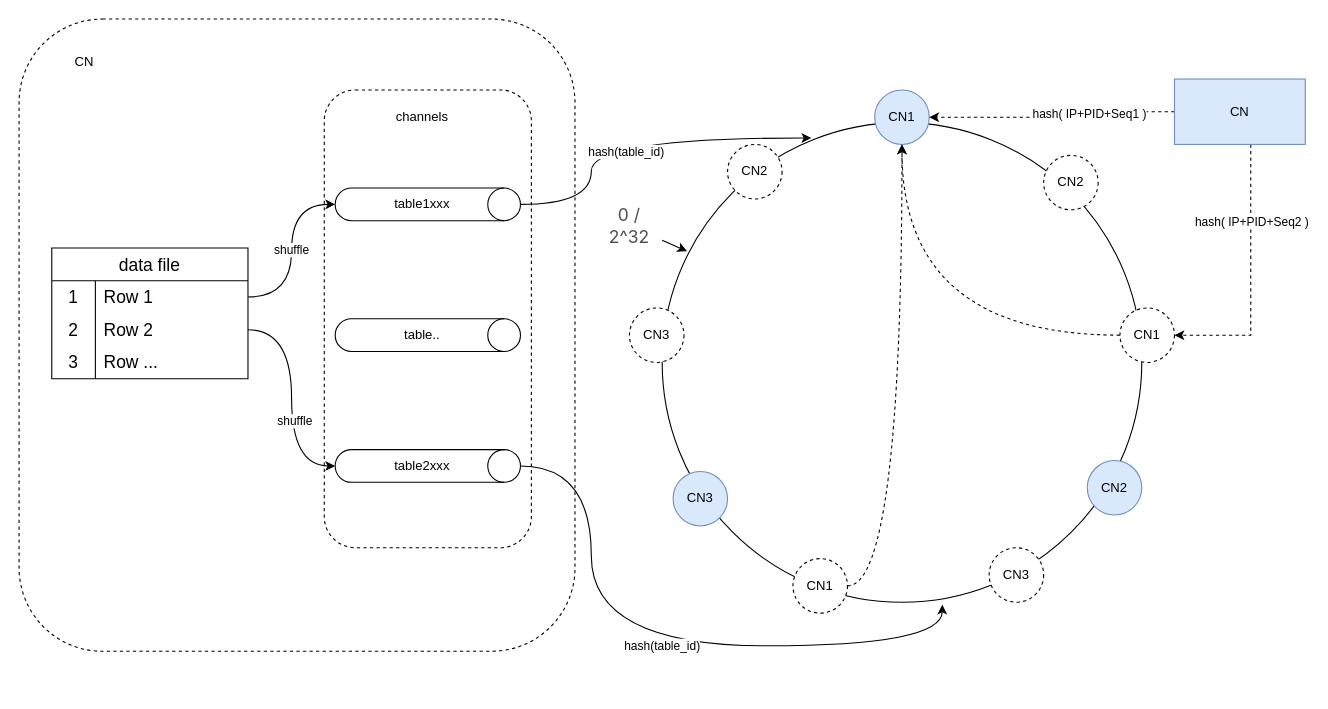
xiongEd/TheFirstModule keeps this draw.io diagram as CN弹性扩缩.drawio. Above is the earlier version. Source tidied: cells renumbered, new cells numbered last; positions are measured from the earlier drawing's top-left corner, leaving out a move shared by most shapes. Both pictures are drawn from the tidied source at 109%, with x=0, y=0 at pixel (19, 19).
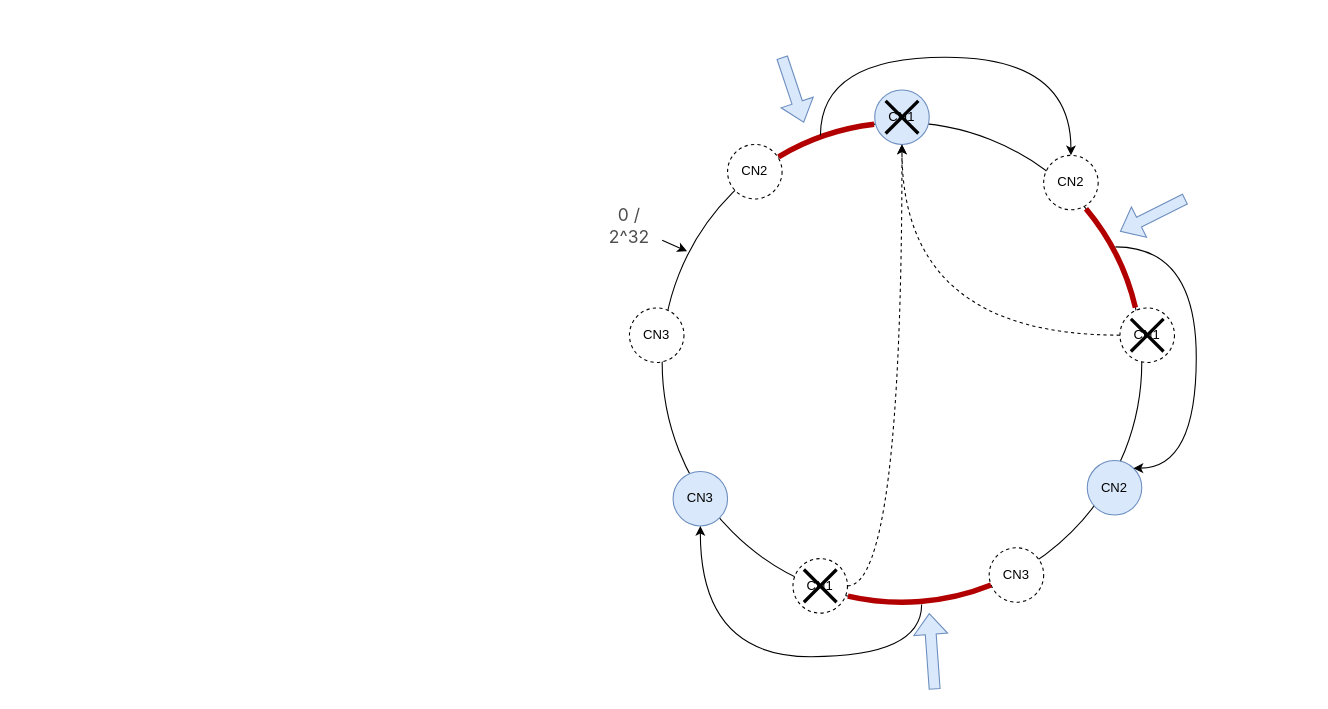
The same page after the edit.

Commit message:
更新CN弹性扩缩.drawio

The change refers to these unchanged cells:
```xml
<mxCell id="4" style="ellipse;whiteSpace=wrap;html=1;" parent="1" vertex="1">
  <mxGeometry x="590" y="95" width="440" height="440" as="geometry" />
</mxCell>
<mxCell id="5" value="CN1" style="ellipse;whiteSpace=wrap;html=1;fillColor=#dae8fc;strokeColor=#6c8ebf;" parent="1" vertex="1">
  <mxGeometry x="785" y="65" width="50" height="50" as="geometry" />
</mxCell>
<mxCell id="6" value="CN2" style="ellipse;whiteSpace=wrap;html=1;fillColor=#dae8fc;strokeColor=#6c8ebf;" parent="1" vertex="1">
  <mxGeometry x="980" y="405" width="50" height="50" as="geometry" />
</mxCell>
<mxCell id="7" value="CN3" style="ellipse;whiteSpace=wrap;html=1;fillColor=#dae8fc;strokeColor=#6c8ebf;" parent="1" vertex="1">
  <mxGeometry x="600" y="415" width="50" height="50" as="geometry" />
</mxCell>
<mxCell id="10" value="CN1" style="ellipse;whiteSpace=wrap;html=1;dashed=1;" parent="1" vertex="1">
  <mxGeometry x="1010" y="265" width="50" height="50" as="geometry" />
</mxCell>
<mxCell id="11" value="CN2" style="ellipse;whiteSpace=wrap;html=1;dashed=1;" parent="1" vertex="1">
  <mxGeometry x="940" y="125" width="50" height="50" as="geometry" />
</mxCell>
```

Change to the diagram source:
```diff
@@
-    <mxCell id="2" style="rounded=1;whiteSpace=wrap;html=1;dashed=1;" parent="1" vertex="1">
-      <mxGeometry width="510" height="580" as="geometry" />
-    </mxCell>
-    <mxCell id="3" style="rounded=1;whiteSpace=wrap;html=1;dashed=1;" parent="1" vertex="1">
-      <mxGeometry x="280" y="65" width="190" height="420" as="geometry" />
-    </mxCell>
@@
-    <mxCell id="17" style="edgeStyle=orthogonalEdgeStyle;rounded=0;jettySize=auto;html=1;dashed=1;" parent="1" edge="1" source="21" target="5">
-      <mxGeometry relative="1" as="geometry" />
-    </mxCell>
-    <mxCell id="18" value="hash( IP+PID+Seq1 )" style="edgeLabel;html=1;align=center;verticalAlign=middle;" parent="17" vertex="1">
-      <mxGeometry x="-0.31" y="1" relative="1" as="geometry" />
-    </mxCell>
-    <mxCell id="19" style="edgeStyle=orthogonalEdgeStyle;rounded=0;jettySize=auto;html=1;dashed=1;" parent="1" edge="1" source="21" target="10">
-      <mxGeometry relative="1" as="geometry">
-        <Array as="points">
-          <mxPoint x="1130" y="290" />
-        </Array>
-      </mxGeometry>
-    </mxCell>
-    <mxCell id="20" value="hash( IP+PID+Seq2 )" style="edgeLabel;html=1;align=center;verticalAlign=middle;" parent="19" vertex="1">
-      <mxGeometry x="-0.43" relative="1" as="geometry" />
-    </mxCell>
-    <mxCell id="21" value="CN" style="rounded=0;whiteSpace=wrap;html=1;fillColor=#dae8fc;strokeColor=#6c8ebf;" parent="1" vertex="1">
-      <mxGeometry x="1060" y="55" width="120" height="60" as="geometry" />
-    </mxCell>
@@
-    <mxCell id="23" value="data file" style="shape=table;startSize=30;childLayout=tableLayout;rowLines=0;fontStyle=0;strokeColor=default;fontSize=16;" parent="1" vertex="1">
-      <mxGeometry x="30" y="210" width="180" height="120" as="geometry" />
-    </mxCell>
-    <mxCell id="24" style="shape=tableRow;horizontal=0;startSize=0;swimlaneHead=0;swimlaneBody=0;top=0;left=0;bottom=0;right=0;fillColor=none;points=[[0,0.5],[1,0.5]];portConstraint=eastwest;strokeColor=inherit;fontSize=16;" parent="23" vertex="1">
-      <mxGeometry y="30" width="180" height="30" as="geometry" />
-    </mxCell>
-    <mxCell id="25" value="1" style="shape=partialRectangle;html=1;whiteSpace=wrap;fillColor=none;top=0;left=0;bottom=0;right=0;overflow=hidden;strokeColor=inherit;fontSize=16;" parent="24" vertex="1">
-      <mxGeometry width="40" height="30" as="geometry" />
-    </mxCell>
-    <mxCell id="26" value="Row 1" style="shape=partialRectangle;html=1;whiteSpace=wrap;fillColor=none;top=0;left=0;bottom=0;right=0;align=left;spacingLeft=6;overflow=hidden;strokeColor=inherit;fontSize=16;" parent="24" vertex="1">
-      <mxGeometry x="40" width="140" height="30" as="geometry" />
-    </mxCell>
-    <mxCell id="27" style="shape=tableRow;horizontal=0;startSize=0;swimlaneHead=0;swimlaneBody=0;top=0;left=0;bottom=0;right=0;fillColor=none;points=[[0,0.5],[1,0.5]];portConstraint=eastwest;strokeColor=inherit;fontSize=16;" parent="23" vertex="1">
-      <mxGeometry y="60" width="180" height="30" as="geometry" />
-    </mxCell>
-    <mxCell id="28" value="2" style="shape=partialRectangle;html=1;whiteSpace=wrap;fillColor=none;top=0;left=0;bottom=0;right=0;overflow=hidden;strokeColor=inherit;fontSize=16;" parent="27" vertex="1">
-      <mxGeometry width="40" height="30" as="geometry" />
-    </mxCell>
-    <mxCell id="29" value="Row 2" style="shape=partialRectangle;html=1;whiteSpace=wrap;fillColor=none;top=0;left=0;bottom=0;right=0;align=left;spacingLeft=6;overflow=hidden;strokeColor=inherit;fontSize=16;" parent="27" vertex="1">
-      <mxGeometry x="40" width="140" height="30" as="geometry" />
-    </mxCell>
-    <mxCell id="30" style="shape=tableRow;horizontal=0;startSize=0;swimlaneHead=0;swimlaneBody=0;top=0;left=0;bottom=0;right=0;fillColor=none;strokeColor=inherit;fontSize=16;" parent="23" vertex="1">
-      <mxGeometry y="90" width="180" height="30" as="geometry" />
-    </mxCell>
-    <mxCell id="31" value="3" style="shape=partialRectangle;html=1;whiteSpace=wrap;fillColor=none;top=0;left=0;bottom=0;right=0;overflow=hidden;strokeColor=inherit;fontSize=16;" parent="30" vertex="1">
-      <mxGeometry width="40" height="30" as="geometry" />
-    </mxCell>
-    <mxCell id="32" value="Row ..." style="shape=partialRectangle;html=1;whiteSpace=wrap;fillColor=none;top=0;left=0;bottom=0;right=0;align=left;spacingLeft=6;overflow=hidden;strokeColor=inherit;fontSize=16;" parent="30" vertex="1">
-      <mxGeometry x="40" width="140" height="30" as="geometry" />
-    </mxCell>
-    <mxCell id="33" style="shape=cylinder3;whiteSpace=wrap;html=1;boundedLbl=1;backgroundOutline=1;size=15;rotation=90;" parent="1" vertex="1">
-      <mxGeometry x="360" y="85" width="30" height="170" as="geometry" />
-    </mxCell>
-    <mxCell id="34" style="shape=cylinder3;whiteSpace=wrap;html=1;boundedLbl=1;backgroundOutline=1;size=15;rotation=90;" parent="1" vertex="1">
-      <mxGeometry x="360" y="205" width="30" height="170" as="geometry" />
-    </mxCell>
-    <mxCell id="35" style="shape=cylinder3;whiteSpace=wrap;html=1;boundedLbl=1;backgroundOutline=1;size=15;rotation=90;" parent="1" vertex="1">
-      <mxGeometry x="360" y="325" width="30" height="170" as="geometry" />
-    </mxCell>
-    <mxCell id="36" value="table1xxx" style="text;html=1;align=center;verticalAlign=middle;whiteSpace=wrap;rounded=0;" parent="1" vertex="1">
-      <mxGeometry x="340" y="155" width="60" height="30" as="geometry" />
-    </mxCell>
-    <mxCell id="37" value="table2xxx" style="text;html=1;align=center;verticalAlign=middle;whiteSpace=wrap;rounded=0;" parent="1" vertex="1">
-      <mxGeometry x="340" y="395" width="60" height="30" as="geometry" />
-    </mxCell>
-    <mxCell id="38" value="table.." style="text;html=1;align=center;verticalAlign=middle;whiteSpace=wrap;rounded=0;" parent="1" vertex="1">
-      <mxGeometry x="340" y="275" width="60" height="30" as="geometry" />
-    </mxCell>
-    <mxCell id="39" style="edgeStyle=orthogonalEdgeStyle;rounded=0;jettySize=auto;html=1;entryX=0.311;entryY=0.032;entryDx=0;entryDy=0;entryPerimeter=0;curved=1;" parent="1" edge="1" source="33" target="4">
-      <mxGeometry relative="1" as="geometry" />
-    </mxCell>
-    <mxCell id="40" value="hash(table_id)" style="edgeLabel;html=1;align=center;verticalAlign=middle;" parent="39" vertex="1">
-      <mxGeometry x="-0.04" y="-12" relative="1" as="geometry" />
-    </mxCell>
-    <mxCell id="41" value="shuffle" style="edgeStyle=orthogonalEdgeStyle;rounded=0;jettySize=auto;html=1;entryX=0.5;entryY=1;entryDx=0;entryDy=0;entryPerimeter=0;curved=1;" parent="1" edge="1" source="24" target="33">
-      <mxGeometry relative="1" as="geometry" />
-    </mxCell>
-    <mxCell id="42" style="edgeStyle=orthogonalEdgeStyle;rounded=0;jettySize=auto;html=1;entryX=0.5;entryY=1;entryDx=0;entryDy=0;entryPerimeter=0;curved=1;" parent="1" edge="1" source="27" target="35">
-      <mxGeometry relative="1" as="geometry" />
-    </mxCell>
-    <mxCell id="43" value="shuffle" style="edgeLabel;html=1;align=center;verticalAlign=middle;" parent="42" vertex="1">
-      <mxGeometry x="0.2" y="2" relative="1" as="geometry" />
-    </mxCell>
-    <mxCell id="44" value="hash(table_id)" style="edgeStyle=orthogonalEdgeStyle;rounded=0;jettySize=auto;html=1;entryX=0.584;entryY=1.005;entryDx=0;entryDy=0;entryPerimeter=0;curved=1;" parent="1" edge="1" source="35" target="4">
-      <mxGeometry relative="1" as="geometry">
-        <Array as="points">
-          <mxPoint x="525" y="410" />
-          <mxPoint x="525" y="575" />
-          <mxPoint x="847" y="575" />
-        </Array>
-      </mxGeometry>
-    </mxCell>
-    <mxCell id="45" value="channels" style="text;html=1;align=center;verticalAlign=middle;whiteSpace=wrap;rounded=0;" parent="1" vertex="1">
-      <mxGeometry x="340" y="75" width="60" height="30" as="geometry" />
-    </mxCell>
-    <mxCell id="46" value="CN" style="text;html=1;align=center;verticalAlign=middle;whiteSpace=wrap;rounded=0;" parent="1" vertex="1">
-      <mxGeometry x="30" y="25" width="60" height="30" as="geometry" />
-    </mxCell>
+    <mxCell id="47" style="shape=umlDestroy;whiteSpace=wrap;html=1;strokeWidth=3;targetShapes=umlLifeline;" parent="1" vertex="1">
+      <mxGeometry x="720" y="505" width="30" height="30" as="geometry" />
+    </mxCell>
+    <mxCell id="48" style="shape=umlDestroy;whiteSpace=wrap;html=1;strokeWidth=3;targetShapes=umlLifeline;" parent="1" vertex="1">
+      <mxGeometry x="795" y="75" width="30" height="30" as="geometry" />
+    </mxCell>
+    <mxCell id="49" style="shape=umlDestroy;whiteSpace=wrap;html=1;strokeWidth=3;targetShapes=umlLifeline;" parent="1" vertex="1">
+      <mxGeometry x="1020" y="275" width="30" height="30" as="geometry" />
+    </mxCell>
+    <mxCell id="50" style="endArrow=classic;html=1;rounded=0;exitX=0.541;exitY=1.005;exitDx=0;exitDy=0;exitPerimeter=0;entryX=0.5;entryY=1;entryDx=0;entryDy=0;edgeStyle=orthogonalEdgeStyle;elbow=vertical;curved=1;" parent="1" edge="1" source="4" target="7">
+      <mxGeometry relative="1" as="geometry">
+        <Array as="points">
+          <mxPoint x="828" y="585" />
+          <mxPoint x="625" y="585" />
+        </Array>
+      </mxGeometry>
+    </mxCell>
+    <mxCell id="51" style="verticalLabelPosition=bottom;verticalAlign=top;html=1;shape=mxgraph.basic.arc;startAngle=0.4394405292045783;endAngle=0.5362184905083971;strokeWidth=5;fillColor=#e51400;strokeColor=#B20000;fontColor=#ffffff;" parent="1" vertex="1">
+      <mxGeometry x="590" y="95" width="440" height="440" as="geometry" />
+    </mxCell>
+    <mxCell id="52" style="verticalLabelPosition=bottom;verticalAlign=top;html=1;shape=mxgraph.basic.arc;startAngle=0.9139895651886847;endAngle=0.9814598082024512;strokeWidth=5;fillColor=#e51400;strokeColor=#B20000;fontColor=#ffffff;" parent="1" vertex="1">
+      <mxGeometry x="590" y="95" width="440" height="440" as="geometry" />
+    </mxCell>
+    <mxCell id="53" style="endArrow=classic;html=1;rounded=0;exitX=0.33;exitY=0.027;exitDx=0;exitDy=0;exitPerimeter=0;entryX=0.5;entryY=0;entryDx=0;entryDy=0;edgeStyle=orthogonalEdgeStyle;curved=1;" parent="1" edge="1" source="52" target="11">
+      <mxGeometry relative="1" as="geometry">
+        <Array as="points">
+          <mxPoint x="735" y="35" />
+          <mxPoint x="965" y="35" />
+        </Array>
+      </mxGeometry>
+    </mxCell>
+    <mxCell id="54" style="verticalLabelPosition=bottom;verticalAlign=top;html=1;shape=mxgraph.basic.arc;startAngle=0.13921476347214623;endAngle=0.21331130982561358;strokeWidth=5;fillColor=#e51400;strokeColor=#B20000;fontColor=#ffffff;" parent="1" vertex="1">
+      <mxGeometry x="590" y="95" width="440" height="440" as="geometry" />
+    </mxCell>
+    <mxCell id="55" style="endArrow=classic;html=1;rounded=0;exitX=0.945;exitY=0.259;exitDx=0;exitDy=0;exitPerimeter=0;edgeStyle=orthogonalEdgeStyle;curved=1;" parent="1" edge="1" source="54" target="6">
+      <mxGeometry relative="1" as="geometry">
+        <Array as="points">
+          <mxPoint x="1080" y="209" />
+          <mxPoint x="1080" y="412" />
+        </Array>
+      </mxGeometry>
+    </mxCell>
+    <mxCell id="56" style="shape=flexArrow;endArrow=classic;html=1;rounded=0;fillColor=#dae8fc;strokeColor=#6c8ebf;" parent="1" edge="1">
+      <mxGeometry relative="1" as="geometry">
+        <mxPoint x="1070" y="165" as="sourcePoint" />
+        <mxPoint x="1010" y="195" as="targetPoint" />
+        <Array as="points">
+          <mxPoint x="1070" y="165" />
+        </Array>
+      </mxGeometry>
+    </mxCell>
+    <mxCell id="57" style="shape=flexArrow;endArrow=classic;html=1;rounded=0;fillColor=#dae8fc;strokeColor=#6c8ebf;" parent="1" edge="1">
+      <mxGeometry relative="1" as="geometry">
+        <mxPoint x="840" y="615" as="sourcePoint" />
+        <mxPoint x="835" y="545" as="targetPoint" />
+      </mxGeometry>
+    </mxCell>
+    <mxCell id="58" style="shape=flexArrow;endArrow=classic;html=1;rounded=0;fillColor=#dae8fc;strokeColor=#6c8ebf;" parent="1" edge="1">
+      <mxGeometry relative="1" as="geometry">
+        <mxPoint x="700" y="35" as="sourcePoint" />
+        <mxPoint x="720" y="95" as="targetPoint" />
+      </mxGeometry>
+    </mxCell>
```
